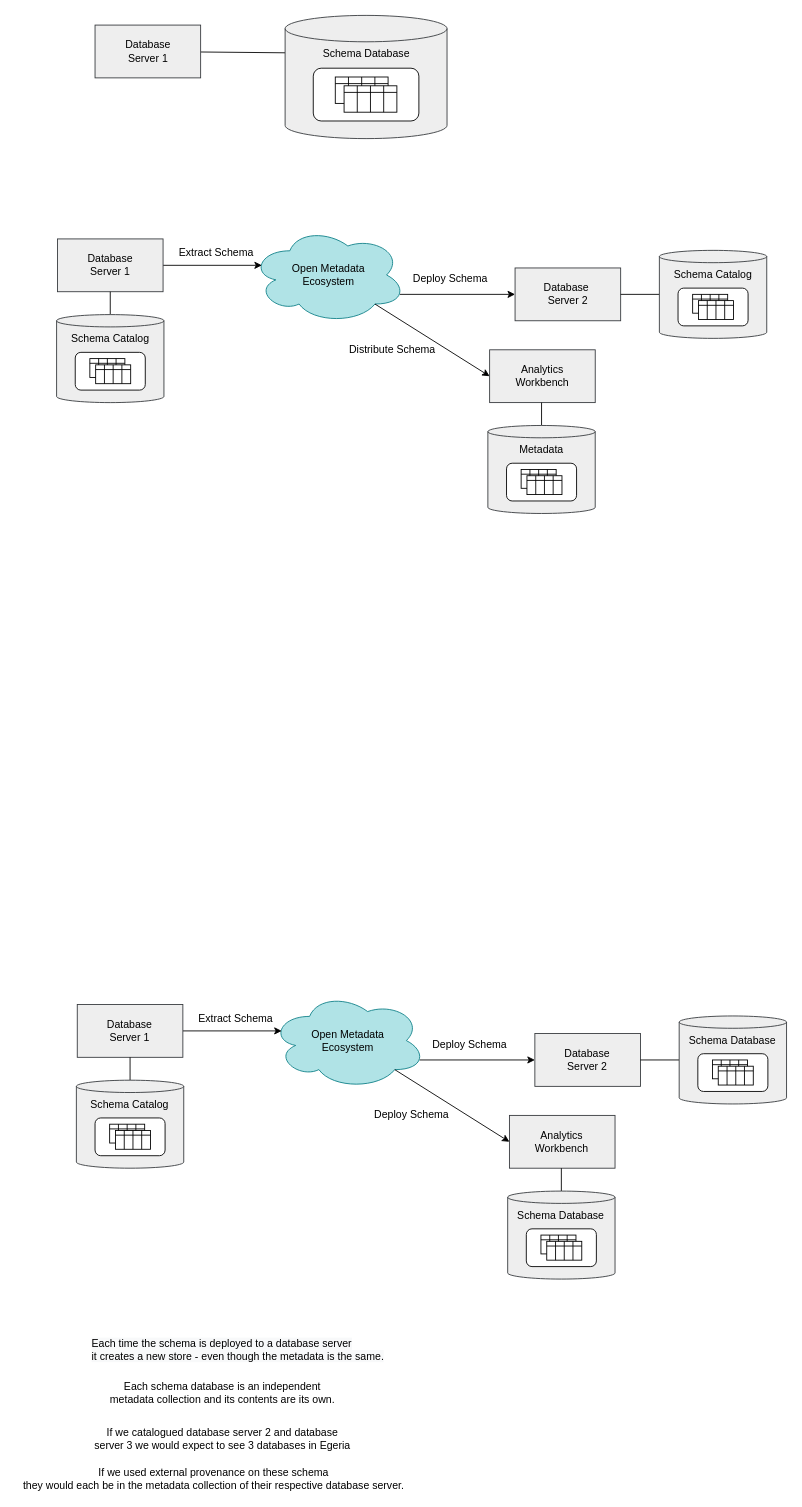
This is page "metadata-supply-chains" (3 of 7) of site/docs/education/egeria-dojo/metadata-governance/metadata-governance-dojo.drawio from odpi/egeria-docs, a draw.io file, before an edit. Source tidied: cells renumbered, new cells numbered last; positions are measured from the earlier drawing's top-left corner, leaving out a move shared by most shapes. Both pictures are drawn from the tidied source at 88%, with x=0, y=0 at pixel (15, 15).
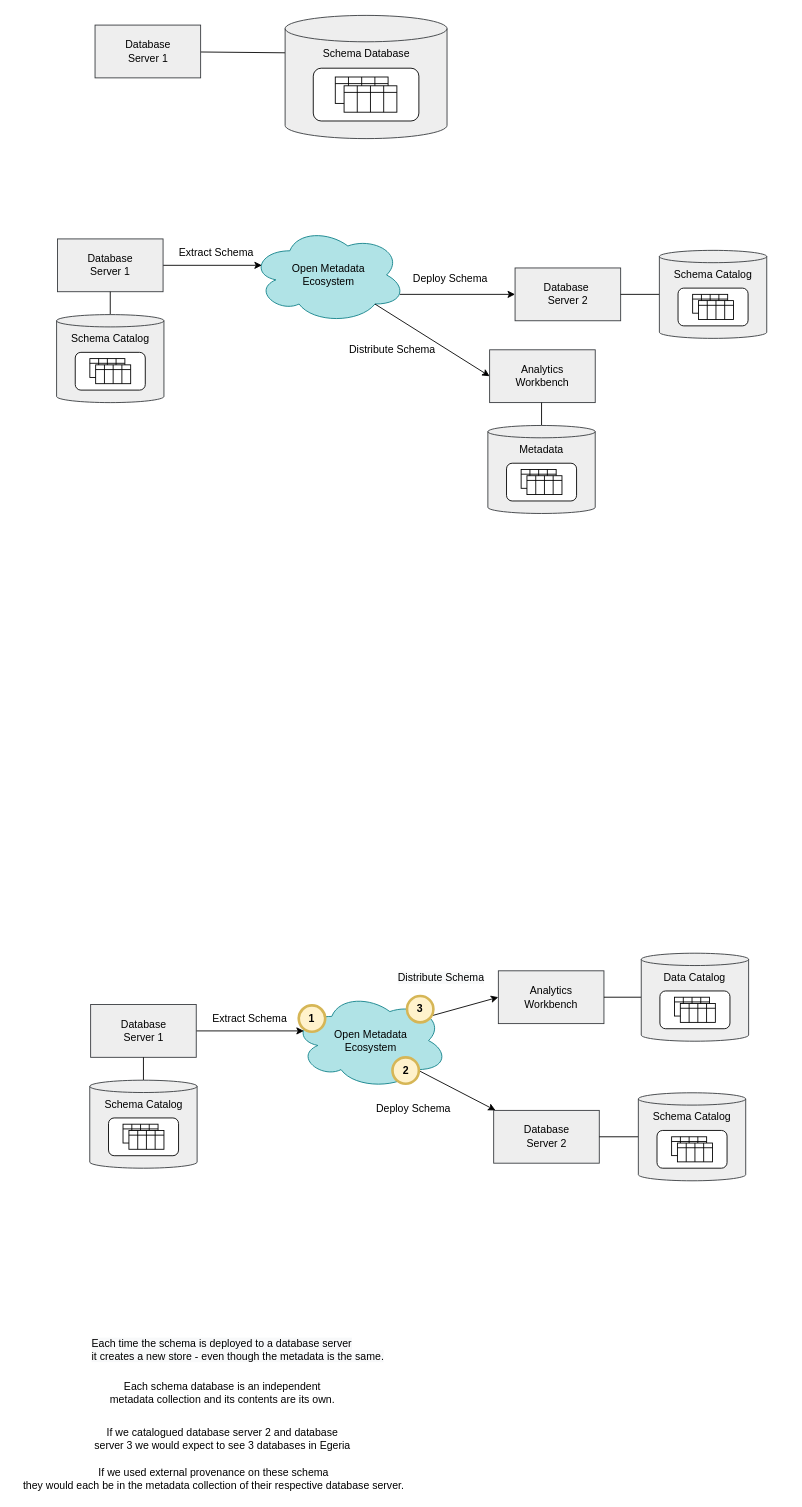
The same page after the edit.

Change to the diagram source:
```diff
@@
-    <mxCell id="2" style="edgeStyle=none;rounded=0;jettySize=auto;html=1;exitX=0.96;exitY=0.7;exitDx=0;exitDy=0;exitPerimeter=0;entryX=0;entryY=0.5;entryDx=0;entryDy=0;" parent="1" edge="1" source="3" target="7">
+    <mxCell id="2" style="edgeStyle=none;rounded=0;jettySize=auto;html=1;exitX=0.8;exitY=0.8;exitDx=0;exitDy=0;exitPerimeter=0;" parent="1" edge="1" source="3" target="7">
       <mxGeometry relative="1" as="geometry" />
     </mxCell>
     <mxCell id="3" value="Open Metadata&lt;br&gt;Ecosystem" style="ellipse;shape=cloud;whiteSpace=wrap;html=1;fillColor=#b0e3e6;strokeColor=#0e8088;" parent="1" vertex="1">
-      <mxGeometry x="290.3" y="1110" width="176" height="110" as="geometry" />
+      <mxGeometry x="315.5" y="1110" width="176" height="110" as="geometry" />
     </mxCell>
@@
     <mxCell id="5" value="Database&lt;br&gt;Server 1" style="rounded=0;whiteSpace=wrap;html=1;fillColor=#eeeeee;strokeColor=#36393d;" parent="1" vertex="1">
-      <mxGeometry x="70.3" y="1124" width="120" height="60" as="geometry" />
+      <mxGeometry x="85.5" y="1124" width="120" height="60" as="geometry" />
     </mxCell>
     <mxCell id="6" value="Extract Schema" style="text;html=1;align=center;verticalAlign=middle;strokeColor=none;fillColor=none;" parent="1" vertex="1">
-      <mxGeometry x="200.3" y="1130" width="100" height="20" as="geometry" />
+      <mxGeometry x="215.5" y="1130" width="100" height="20" as="geometry" />
     </mxCell>
     <mxCell id="7" value="Database&lt;br&gt;Server 2" style="rounded=0;whiteSpace=wrap;html=1;fillColor=#eeeeee;strokeColor=#36393d;" parent="1" vertex="1">
-      <mxGeometry x="590.3" y="1157" width="120" height="60" as="geometry" />
+      <mxGeometry x="543.5" y="1244.3" width="120" height="60" as="geometry" />
     </mxCell>
     <mxCell id="8" value="Deploy Schema" style="text;html=1;align=center;verticalAlign=middle;strokeColor=none;fillColor=none;" parent="1" vertex="1">
-      <mxGeometry x="466.3" y="1160" width="100" height="20" as="geometry" />
+      <mxGeometry x="402" y="1232.9" width="100" height="20" as="geometry" />
     </mxCell>
-    <mxCell id="9" style="edgeStyle=none;rounded=0;jettySize=auto;html=1;exitX=0.8;exitY=0.8;exitDx=0;exitDy=0;exitPerimeter=0;entryX=0;entryY=0.5;entryDx=0;entryDy=0;" parent="1" edge="1" source="3" target="10">
+    <mxCell id="9" style="edgeStyle=none;rounded=0;jettySize=auto;html=1;entryX=0;entryY=0.5;entryDx=0;entryDy=0;exitX=0.88;exitY=0.25;exitDx=0;exitDy=0;exitPerimeter=0;" parent="1" edge="1" source="3" target="10">
       <mxGeometry relative="1" as="geometry" />
     </mxCell>
     <mxCell id="10" value="Analytics&lt;br&gt;Workbench" style="rounded=0;whiteSpace=wrap;html=1;fillColor=#eeeeee;strokeColor=#36393d;" parent="1" vertex="1">
-      <mxGeometry x="561.4" y="1250" width="120" height="60" as="geometry" />
+      <mxGeometry x="548.8" y="1085.7" width="120" height="60" as="geometry" />
     </mxCell>
-    <mxCell id="11" value="Deploy Schema" style="text;html=1;align=center;verticalAlign=middle;strokeColor=none;fillColor=none;" parent="1" vertex="1">
-      <mxGeometry x="395.3" y="1235" width="110" height="30" as="geometry" />
-    </mxCell>
@@
     <mxCell id="25" value="Schema Catalog" style="shape=cylinder3;whiteSpace=wrap;html=1;boundedLbl=1;backgroundOutline=1;size=7;fillColor=#eeeeee;strokeColor=#36393d;verticalAlign=top;" parent="1" vertex="1">
-      <mxGeometry x="69.3" y="1210" width="122" height="100" as="geometry" />
+      <mxGeometry x="84.5" y="1210" width="122" height="100" as="geometry" />
     </mxCell>
     <mxCell id="26" style="rounded=1;whiteSpace=wrap;html=1;" parent="1" vertex="1">
-      <mxGeometry x="90.5" y="1252.9" width="79.6" height="42.9" as="geometry" />
+      <mxGeometry x="105.8" y="1252.9" width="79.6" height="42.9" as="geometry" />
     </mxCell>
     <mxCell id="27" style="group;" parent="1" vertex="1">
-      <mxGeometry x="107.1" y="1260" width="39.8" height="21.4" as="geometry" />
+      <mxGeometry x="122.3" y="1260" width="39.8" height="21.4" as="geometry" />
     </mxCell>
@@
     <mxCell id="31" style="group;" parent="1" vertex="1">
-      <mxGeometry x="113.7" y="1267.1" width="39.8" height="21.4" as="geometry" />
+      <mxGeometry x="129" y="1267.1" width="39.8" height="21.4" as="geometry" />
     </mxCell>
@@
-    <mxCell id="35" style="edgeStyle=none;rounded=0;jettySize=auto;html=1;entryX=0.5;entryY=0;entryDx=0;entryDy=0;entryPerimeter=0;exitX=0.5;exitY=1;exitDx=0;exitDy=0;endArrow=none;endFill=0;" parent="1" edge="1" target="36">
-      <mxGeometry relative="1" as="geometry">
-        <mxPoint x="620.4" y="1310" as="sourcePoint" />
-      </mxGeometry>
+    <mxCell id="35" style="edgeStyle=none;rounded=0;jettySize=auto;html=1;exitX=1;exitY=0.5;exitDx=0;exitDy=0;endArrow=none;endFill=0;" parent="1" edge="1" source="10" target="36">
+      <mxGeometry relative="1" as="geometry" />
     </mxCell>
-    <mxCell id="36" value="Schema Database" style="shape=cylinder3;whiteSpace=wrap;html=1;boundedLbl=1;backgroundOutline=1;size=7;fillColor=#eeeeee;strokeColor=#36393d;verticalAlign=top;" parent="1" vertex="1">
-      <mxGeometry x="559.4" y="1336" width="122" height="100" as="geometry" />
+    <mxCell id="36" value="Data Catalog" style="shape=cylinder3;whiteSpace=wrap;html=1;boundedLbl=1;backgroundOutline=1;size=7;fillColor=#eeeeee;strokeColor=#36393d;verticalAlign=top;" parent="1" vertex="1">
+      <mxGeometry x="711.2" y="1065.7" width="122" height="100" as="geometry" />
     </mxCell>
     <mxCell id="37" style="rounded=1;whiteSpace=wrap;html=1;" parent="1" vertex="1">
-      <mxGeometry x="580.6" y="1378.9" width="79.6" height="42.9" as="geometry" />
+      <mxGeometry x="732.4" y="1108.6" width="79.6" height="42.9" as="geometry" />
     </mxCell>
     <mxCell id="38" style="group;" parent="1" vertex="1">
-      <mxGeometry x="597.2" y="1386" width="39.8" height="21.4" as="geometry" />
+      <mxGeometry x="749" y="1115.7" width="39.8" height="21.4" as="geometry" />
     </mxCell>
@@
     <mxCell id="42" style="group;" parent="1" vertex="1">
-      <mxGeometry x="603.8" y="1393.1" width="39.8" height="21.4" as="geometry" />
+      <mxGeometry x="755.6" y="1122.9" width="39.8" height="21.4" as="geometry" />
     </mxCell>
@@
-    <mxCell id="47" value="Schema Database" style="shape=cylinder3;whiteSpace=wrap;html=1;boundedLbl=1;backgroundOutline=1;size=7;fillColor=#eeeeee;strokeColor=#36393d;verticalAlign=top;" parent="1" vertex="1">
-      <mxGeometry x="754.3" y="1137" width="122" height="100" as="geometry" />
+    <mxCell id="47" value="Schema Catalog" style="shape=cylinder3;whiteSpace=wrap;html=1;boundedLbl=1;backgroundOutline=1;size=7;fillColor=#eeeeee;strokeColor=#36393d;verticalAlign=top;" parent="1" vertex="1">
+      <mxGeometry x="707.9" y="1224.3" width="122" height="100" as="geometry" />
     </mxCell>
     <mxCell id="48" style="rounded=1;whiteSpace=wrap;html=1;" parent="1" vertex="1">
-      <mxGeometry x="775.5" y="1179.9" width="79.6" height="42.9" as="geometry" />
+      <mxGeometry x="729.1" y="1267.1" width="79.6" height="42.9" as="geometry" />
     </mxCell>
     <mxCell id="49" style="group;" parent="1" vertex="1">
-      <mxGeometry x="792.1" y="1187" width="39.8" height="21.4" as="geometry" />
+      <mxGeometry x="745.7" y="1274.3" width="39.8" height="21.4" as="geometry" />
     </mxCell>
@@
     <mxCell id="53" style="group;" parent="1" vertex="1">
-      <mxGeometry x="798.7" y="1194.1" width="39.8" height="21.4" as="geometry" />
+      <mxGeometry x="752.3" y="1281.4" width="39.8" height="21.4" as="geometry" />
     </mxCell>
@@
+    <mxCell id="104" value="&lt;span style=&quot;color: rgb(0, 0, 0); font-family: Helvetica; font-size: 12px; font-style: normal; font-variant-ligatures: normal; font-variant-caps: normal; font-weight: 400; letter-spacing: normal; orphans: 2; text-indent: 0px; text-transform: none; widows: 2; word-spacing: 0px; -webkit-text-stroke-width: 0px; background-color: rgb(248, 249, 250); text-decoration-thickness: initial; text-decoration-style: initial; text-decoration-color: initial; float: none; display: inline !important;&quot;&gt;Distribute Schema&lt;/span&gt;" style="text;whiteSpace=wrap;html=1;align=center;verticalAlign=middle;" parent="1" vertex="1">
+      <mxGeometry x="423.5" y="1078.6" width="120" height="30" as="geometry" />
+    </mxCell>
+    <mxCell id="105" value="1" style="ellipse;whiteSpace=wrap;html=1;fillColor=#fff2cc;strokeColor=#d6b656;fontStyle=1;strokeWidth=3;" parent="1" vertex="1">
+      <mxGeometry x="322" y="1125" width="30" height="30" as="geometry" />
+    </mxCell>
+    <mxCell id="106" value="2" style="ellipse;whiteSpace=wrap;html=1;fillColor=#fff2cc;strokeColor=#d6b656;fontStyle=1;strokeWidth=3;" parent="1" vertex="1">
+      <mxGeometry x="428.5" y="1184" width="30" height="30" as="geometry" />
+    </mxCell>
+    <mxCell id="107" value="3" style="ellipse;whiteSpace=wrap;html=1;fillColor=#fff2cc;strokeColor=#d6b656;fontStyle=1;strokeWidth=3;" parent="1" vertex="1">
+      <mxGeometry x="445" y="1114.3" width="30" height="30" as="geometry" />
+    </mxCell>
```
